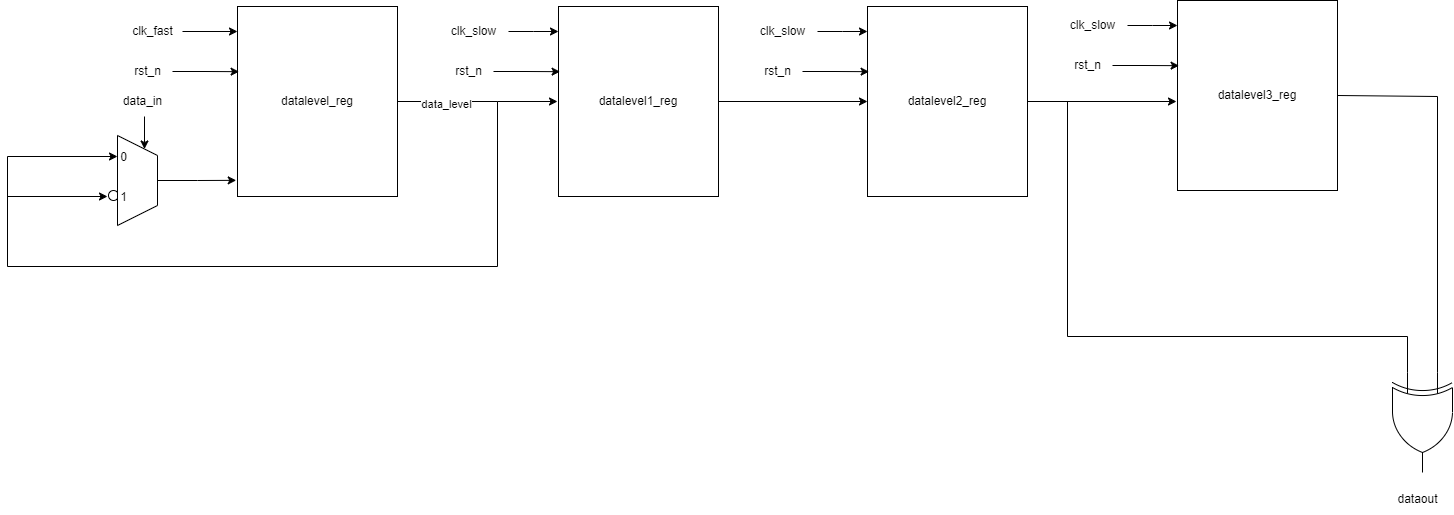
rong-hash/chipgptv_img keeps this draw.io diagram as digital_circuit/pulse_detect.png. Above is the earlier version. Source tidied: cells renumbered, new cells last; positions are measured from the earlier drawing's top-left corner, leaving out a move shared by most shapes.
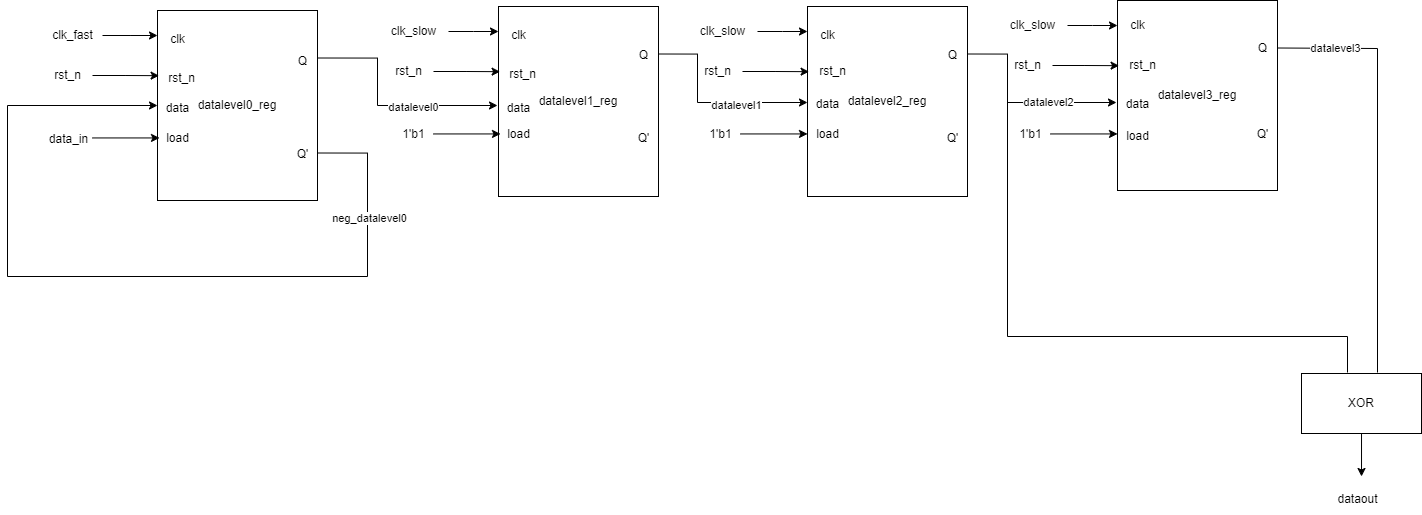
Later version of the same file.

Commit message:
change pulse detect

The edit, as a diff of the source:
```diff
@@ -2,77 +2,21 @@
   <root>
     <mxCell id="0" />
     <mxCell id="1" parent="0" />
-    <mxCell id="2" value="datalevel_reg" style="whiteSpace=wrap;html=1;" parent="1" vertex="1">
-      <mxGeometry x="230" y="6" width="160" height="190" as="geometry" />
-    </mxCell>
-    <mxCell id="3" value="clk_fast" style="text;html=1;align=center;verticalAlign=middle;points=[];strokeColor=none;fillColor=none;" parent="1" vertex="1">
-      <mxGeometry x="115" y="16" width="60" height="30" as="geometry" />
-    </mxCell>
-    <mxCell id="4" value="rst_n" style="text;html=1;align=center;verticalAlign=middle;points=[];strokeColor=none;fillColor=none;" parent="1" vertex="1">
-      <mxGeometry x="115" y="56" width="50" height="30" as="geometry" />
-    </mxCell>
-    <mxCell id="5" style="edgeStyle=orthogonalEdgeStyle;rounded=0;jettySize=auto;html=1;" parent="1" edge="1" source="3">
-      <mxGeometry relative="1" as="geometry">
-        <mxPoint x="230" y="31" as="targetPoint" />
-      </mxGeometry>
-    </mxCell>
-    <mxCell id="6" style="edgeStyle=orthogonalEdgeStyle;rounded=0;jettySize=auto;html=1;entryX=0.01;entryY=0.343;entryDx=0;entryDy=0;entryPerimeter=0;" parent="1" edge="1" source="4" target="2">
-      <mxGeometry relative="1" as="geometry" />
-    </mxCell>
-    <mxCell id="7" style="endArrow=classic;html=1;rounded=0;exitX=1;exitY=0.5;exitDx=0;exitDy=0;" parent="1" edge="1" source="2">
-      <mxGeometry relative="1" as="geometry">
-        <mxPoint x="110" y="156" as="targetPoint" />
-        <Array as="points">
-          <mxPoint x="490" y="101" />
-          <mxPoint x="490" y="266" />
-          <mxPoint y="266" />
-          <mxPoint y="156" />
-        </Array>
-      </mxGeometry>
-    </mxCell>
-    <mxCell id="8" value="data_level" style="edgeLabel;html=1;align=center;verticalAlign=middle;" parent="7" vertex="1">
-      <mxGeometry x="-0.9" y="-2" relative="1" as="geometry" />
-    </mxCell>
-    <mxCell id="9" style="endArrow=classic;html=1;rounded=0;" parent="1" edge="1">
-      <mxGeometry relative="1" as="geometry">
-        <mxPoint y="196" as="sourcePoint" />
-        <mxPoint x="100" y="196" as="targetPoint" />
-      </mxGeometry>
-    </mxCell>
-    <mxCell id="10" style="ellipse;whiteSpace=wrap;html=1;" parent="1" vertex="1">
-      <mxGeometry x="101" y="190" width="10" height="10" as="geometry" />
-    </mxCell>
-    <mxCell id="11" style="shape=trapezoid;perimeter=trapezoidPerimeter;whiteSpace=wrap;html=1;fixedSize=1;rotation=90;" parent="1" vertex="1">
-      <mxGeometry x="85" y="160" width="90" height="40" as="geometry" />
-    </mxCell>
-    <mxCell id="12" value="data_in" style="text;html=1;align=center;verticalAlign=middle;strokeColor=none;fillColor=none;" parent="1" vertex="1">
-      <mxGeometry x="105" y="86" width="60" height="30" as="geometry" />
-    </mxCell>
-    <mxCell id="13" style="edgeStyle=none;jettySize=auto;html=1;rounded=0;entryX=0;entryY=0.25;entryDx=0;entryDy=0;" parent="1" edge="1" target="11">
-      <mxGeometry relative="1" as="geometry">
-        <mxPoint x="137" y="116" as="sourcePoint" />
-      </mxGeometry>
-    </mxCell>
-    <mxCell id="14" value="1" style="text;html=1;align=center;verticalAlign=middle;strokeColor=none;fillColor=none;" parent="1" vertex="1">
-      <mxGeometry x="101" y="182" width="30" height="30" as="geometry" />
-    </mxCell>
-    <mxCell id="15" value="0" style="text;html=1;align=center;verticalAlign=middle;strokeColor=none;fillColor=none;" parent="1" vertex="1">
-      <mxGeometry x="101" y="142" width="30" height="30" as="geometry" />
-    </mxCell>
-    <mxCell id="16" style="edgeStyle=orthogonalEdgeStyle;rounded=0;jettySize=auto;html=1;entryX=-0.008;entryY=0.915;entryDx=0;entryDy=0;entryPerimeter=0;" parent="1" edge="1" source="11" target="2">
-      <mxGeometry relative="1" as="geometry" />
-    </mxCell>
-    <mxCell id="17" style="endArrow=classic;html=1;rounded=0;" parent="1" edge="1">
-      <mxGeometry relative="1" as="geometry">
-        <mxPoint x="490" y="101" as="sourcePoint" />
-        <mxPoint x="550" y="101" as="targetPoint" />
-      </mxGeometry>
-    </mxCell>
-    <mxCell id="18" style="edgeStyle=orthogonalEdgeStyle;rounded=0;jettySize=auto;html=1;" parent="1" edge="1" source="19">
+    <mxCell id="18" style="edgeStyle=orthogonalEdgeStyle;rounded=0;jettySize=auto;html=1;exitX=1;exitY=0.25;exitDx=0;exitDy=0;" parent="1" edge="1" source="19">
       <mxGeometry relative="1" as="geometry">
         <mxPoint x="860" y="101" as="targetPoint" />
+        <Array as="points">
+          <mxPoint x="750" y="54" />
+          <mxPoint x="750" y="102" />
+          <mxPoint x="860" y="102" />
+        </Array>
       </mxGeometry>
     </mxCell>
+    <mxCell id="39" value="datalevel1" style="edgeLabel;html=1;align=center;verticalAlign=middle;" parent="18" vertex="1">
+      <mxGeometry x="-0.12" y="1" relative="1" as="geometry">
+        <mxPoint x="39" y="3" as="offset" />
+      </mxGeometry>
+    </mxCell>
     <mxCell id="19" value="datalevel1_reg" style="whiteSpace=wrap;html=1;" parent="1" vertex="1">
       <mxGeometry x="551" y="6" width="160" height="190" as="geometry" />
     </mxCell>
@@ -90,11 +34,21 @@
     <mxCell id="23" style="edgeStyle=orthogonalEdgeStyle;rounded=0;jettySize=auto;html=1;entryX=0.01;entryY=0.343;entryDx=0;entryDy=0;entryPerimeter=0;" parent="1" edge="1" source="21" target="19">
       <mxGeometry relative="1" as="geometry" />
     </mxCell>
-    <mxCell id="24" style="edgeStyle=orthogonalEdgeStyle;rounded=0;jettySize=auto;html=1;" parent="1" edge="1" source="25">
+    <mxCell id="24" style="edgeStyle=orthogonalEdgeStyle;rounded=0;jettySize=auto;html=1;exitX=1;exitY=0.25;exitDx=0;exitDy=0;" parent="1" edge="1" source="25">
       <mxGeometry relative="1" as="geometry">
         <mxPoint x="1169" y="101" as="targetPoint" />
+        <Array as="points">
+          <mxPoint x="1060" y="54" />
+          <mxPoint x="1060" y="102" />
+          <mxPoint x="1169" y="102" />
+        </Array>
       </mxGeometry>
     </mxCell>
+    <mxCell id="40" value="datalevel2" style="edgeLabel;html=1;align=center;verticalAlign=middle;" parent="24" vertex="1">
+      <mxGeometry x="-0.04" relative="1" as="geometry">
+        <mxPoint x="34" y="-1" as="offset" />
+      </mxGeometry>
+    </mxCell>
     <mxCell id="25" value="datalevel2_reg" style="whiteSpace=wrap;html=1;" parent="1" vertex="1">
       <mxGeometry x="860" y="6" width="160" height="190" as="geometry" />
     </mxCell>
@@ -129,27 +83,186 @@
     <mxCell id="34" style="edgeStyle=orthogonalEdgeStyle;rounded=0;jettySize=auto;html=1;entryX=0.01;entryY=0.343;entryDx=0;entryDy=0;entryPerimeter=0;" parent="1" edge="1" source="32" target="30">
       <mxGeometry relative="1" as="geometry" />
     </mxCell>
-    <mxCell id="35" style="verticalLabelPosition=bottom;shadow=0;dashed=0;align=center;html=1;verticalAlign=top;shape=mxgraph.electrical.logic_gates.logic_gate;operation=xor;rotation=90;" parent="1" vertex="1">
-      <mxGeometry x="1365" y="392" width="100" height="60" as="geometry" />
-    </mxCell>
     <mxCell id="36" value="dataout" style="text;html=1;align=center;verticalAlign=middle;points=[];strokeColor=none;fillColor=none;" parent="1" vertex="1">
       <mxGeometry x="1380" y="484" width="60" height="30" as="geometry" />
     </mxCell>
-    <mxCell id="37" style="endArrow=none;html=1;rounded=0;exitX=0;exitY=0.75;exitDx=0;exitDy=0;exitPerimeter=0;" parent="1" edge="1" source="35">
+    <mxCell id="37" style="endArrow=none;html=1;rounded=0;exitX=0;exitY=0.75;exitDx=0;exitDy=0;exitPerimeter=0;" parent="1" edge="1">
       <mxGeometry relative="1" as="geometry">
-        <mxPoint x="1060" y="101" as="targetPoint" />
+        <mxPoint x="1400" y="372" as="sourcePoint" />
+        <mxPoint x="1060" y="86" as="targetPoint" />
         <Array as="points">
           <mxPoint x="1400" y="336" />
           <mxPoint x="1060" y="336" />
         </Array>
       </mxGeometry>
     </mxCell>
-    <mxCell id="38" style="endArrow=none;html=1;rounded=0;exitX=1;exitY=0.5;exitDx=0;exitDy=0;entryX=0;entryY=0.25;entryDx=0;entryDy=0;entryPerimeter=0;" parent="1" edge="1" source="30" target="35">
+    <mxCell id="38" style="endArrow=none;html=1;rounded=0;exitX=1;exitY=0.25;exitDx=0;exitDy=0;entryX=0;entryY=0.25;entryDx=0;entryDy=0;entryPerimeter=0;" parent="1" edge="1" source="30">
       <mxGeometry relative="1" as="geometry">
+        <mxPoint x="1430" y="372" as="targetPoint" />
         <Array as="points">
-          <mxPoint x="1430" y="96" />
+          <mxPoint x="1430" y="48" />
         </Array>
       </mxGeometry>
     </mxCell>
+    <mxCell id="41" value="datalevel3" style="edgeLabel;html=1;align=center;verticalAlign=middle;" parent="38" vertex="1">
+      <mxGeometry x="-0.73" relative="1" as="geometry" />
+    </mxCell>
+    <mxCell id="42" value="XOR" style="whiteSpace=wrap;html=1;" parent="1" vertex="1">
+      <mxGeometry x="1354" y="373" width="120" height="60" as="geometry" />
+    </mxCell>
+    <mxCell id="43" style="edgeStyle=orthogonalEdgeStyle;rounded=0;jettySize=auto;html=1;entryX=0.567;entryY=-0.267;entryDx=0;entryDy=0;entryPerimeter=0;" parent="1" edge="1" source="42" target="36">
+      <mxGeometry relative="1" as="geometry" />
+    </mxCell>
+    <mxCell id="44" value="clk" style="text;html=1;align=center;verticalAlign=middle;strokeColor=none;fillColor=none;" parent="1" vertex="1">
+      <mxGeometry x="551" y="20" width="40" height="30" as="geometry" />
+    </mxCell>
+    <mxCell id="45" value="clk" style="text;html=1;align=center;verticalAlign=middle;strokeColor=none;fillColor=none;" parent="1" vertex="1">
+      <mxGeometry x="860" y="20" width="40" height="30" as="geometry" />
+    </mxCell>
+    <mxCell id="46" value="clk" style="text;html=1;align=center;verticalAlign=middle;strokeColor=none;fillColor=none;" parent="1" vertex="1">
+      <mxGeometry x="1170" y="10" width="40" height="30" as="geometry" />
+    </mxCell>
+    <mxCell id="47" value="rst_n" style="text;html=1;align=center;verticalAlign=middle;strokeColor=none;fillColor=none;" parent="1" vertex="1">
+      <mxGeometry x="550" y="59" width="50" height="30" as="geometry" />
+    </mxCell>
+    <mxCell id="48" value="rst_n" style="text;html=1;align=center;verticalAlign=middle;strokeColor=none;fillColor=none;" parent="1" vertex="1">
+      <mxGeometry x="860" y="56" width="50" height="30" as="geometry" />
+    </mxCell>
+    <mxCell id="49" value="rst_n" style="text;html=1;align=center;verticalAlign=middle;strokeColor=none;fillColor=none;" parent="1" vertex="1">
+      <mxGeometry x="1170" y="50" width="50" height="30" as="geometry" />
+    </mxCell>
+    <mxCell id="50" value="data" style="text;html=1;align=center;verticalAlign=middle;strokeColor=none;fillColor=none;" parent="1" vertex="1">
+      <mxGeometry x="855" y="89" width="50" height="30" as="geometry" />
+    </mxCell>
+    <mxCell id="51" value="data" style="text;html=1;align=center;verticalAlign=middle;strokeColor=none;fillColor=none;" parent="1" vertex="1">
+      <mxGeometry x="1165" y="89" width="50" height="30" as="geometry" />
+    </mxCell>
+    <mxCell id="52" value="load" style="text;html=1;align=center;verticalAlign=middle;strokeColor=none;fillColor=none;" parent="1" vertex="1">
+      <mxGeometry x="1165" y="121" width="50" height="30" as="geometry" />
+    </mxCell>
+    <mxCell id="53" value="load" style="text;html=1;align=center;verticalAlign=middle;strokeColor=none;fillColor=none;" parent="1" vertex="1">
+      <mxGeometry x="855" y="119" width="50" height="30" as="geometry" />
+    </mxCell>
+    <mxCell id="54" value="load" style="text;html=1;align=center;verticalAlign=middle;strokeColor=none;fillColor=none;" parent="1" vertex="1">
+      <mxGeometry x="546" y="119" width="50" height="30" as="geometry" />
+    </mxCell>
+    <mxCell id="55" style="edgeStyle=orthogonalEdgeStyle;rounded=0;orthogonalLoop=1;jettySize=auto;html=1;entryX=0.01;entryY=0.343;entryDx=0;entryDy=0;entryPerimeter=0;" parent="1" edge="1">
+      <mxGeometry relative="1" as="geometry">
+        <mxPoint x="486" y="133.4" as="sourcePoint" />
+        <mxPoint x="553" y="133.4" as="targetPoint" />
+      </mxGeometry>
+    </mxCell>
+    <mxCell id="56" value="1'b1" style="text;html=1;align=center;verticalAlign=middle;strokeColor=none;fillColor=none;" parent="1" vertex="1">
+      <mxGeometry x="441" y="119" width="50" height="30" as="geometry" />
+    </mxCell>
+    <mxCell id="57" style="edgeStyle=orthogonalEdgeStyle;rounded=0;orthogonalLoop=1;jettySize=auto;html=1;entryX=0.01;entryY=0.343;entryDx=0;entryDy=0;entryPerimeter=0;" parent="1" edge="1">
+      <mxGeometry relative="1" as="geometry">
+        <mxPoint x="793" y="133.4" as="sourcePoint" />
+        <mxPoint x="860" y="133.4" as="targetPoint" />
+      </mxGeometry>
+    </mxCell>
+    <mxCell id="58" value="1'b1" style="text;html=1;align=center;verticalAlign=middle;strokeColor=none;fillColor=none;" parent="1" vertex="1">
+      <mxGeometry x="748" y="119" width="50" height="30" as="geometry" />
+    </mxCell>
+    <mxCell id="59" style="edgeStyle=orthogonalEdgeStyle;rounded=0;orthogonalLoop=1;jettySize=auto;html=1;entryX=0.01;entryY=0.343;entryDx=0;entryDy=0;entryPerimeter=0;" parent="1" edge="1">
+      <mxGeometry relative="1" as="geometry">
+        <mxPoint x="1103" y="133.4" as="sourcePoint" />
+        <mxPoint x="1170" y="133.4" as="targetPoint" />
+      </mxGeometry>
+    </mxCell>
+    <mxCell id="60" value="1'b1" style="text;html=1;align=center;verticalAlign=middle;strokeColor=none;fillColor=none;" parent="1" vertex="1">
+      <mxGeometry x="1058" y="119" width="50" height="30" as="geometry" />
+    </mxCell>
+    <mxCell id="61" style="edgeStyle=orthogonalEdgeStyle;rounded=0;jettySize=auto;html=1;exitX=1;exitY=0.25;exitDx=0;exitDy=0;" parent="1" edge="1" source="63">
+      <mxGeometry relative="1" as="geometry">
+        <mxPoint x="550" y="104" as="targetPoint" />
+        <Array as="points">
+          <mxPoint x="430" y="58" />
+          <mxPoint x="430" y="105" />
+          <mxPoint x="550" y="105" />
+        </Array>
+      </mxGeometry>
+    </mxCell>
+    <mxCell id="62" value="datalevel0" style="edgeLabel;html=1;align=center;verticalAlign=middle;" parent="61" vertex="1">
+      <mxGeometry x="0.25" y="-1" relative="1" as="geometry" />
+    </mxCell>
+    <mxCell id="63" value="datalevel0_reg" style="whiteSpace=wrap;html=1;" parent="1" vertex="1">
+      <mxGeometry x="210" y="10" width="160" height="190" as="geometry" />
+    </mxCell>
+    <mxCell id="3" value="clk_fast" style="text;html=1;align=center;verticalAlign=middle;points=[];strokeColor=none;fillColor=none;" parent="1" vertex="1">
+      <mxGeometry x="95" y="20" width="60" height="30" as="geometry" />
+    </mxCell>
+    <mxCell id="64" value="rst_n" style="text;html=1;align=center;verticalAlign=middle;points=[];strokeColor=none;fillColor=none;" parent="1" vertex="1">
+      <mxGeometry x="95" y="60" width="50" height="30" as="geometry" />
+    </mxCell>
+    <mxCell id="65" style="edgeStyle=orthogonalEdgeStyle;rounded=0;jettySize=auto;html=1;" parent="1" edge="1" source="3">
+      <mxGeometry relative="1" as="geometry">
+        <mxPoint x="210" y="35" as="targetPoint" />
+      </mxGeometry>
+    </mxCell>
+    <mxCell id="66" style="edgeStyle=orthogonalEdgeStyle;rounded=0;jettySize=auto;html=1;entryX=0.01;entryY=0.343;entryDx=0;entryDy=0;entryPerimeter=0;" parent="1" edge="1" source="64" target="63">
+      <mxGeometry relative="1" as="geometry" />
+    </mxCell>
+    <mxCell id="67" value="clk" style="text;html=1;align=center;verticalAlign=middle;strokeColor=none;fillColor=none;" parent="1" vertex="1">
+      <mxGeometry x="210" y="24" width="40" height="30" as="geometry" />
+    </mxCell>
+    <mxCell id="68" value="rst_n" style="text;html=1;align=center;verticalAlign=middle;strokeColor=none;fillColor=none;" parent="1" vertex="1">
+      <mxGeometry x="209" y="63" width="50" height="30" as="geometry" />
+    </mxCell>
+    <mxCell id="69" value="load" style="text;html=1;align=center;verticalAlign=middle;strokeColor=none;fillColor=none;" parent="1" vertex="1">
+      <mxGeometry x="205" y="123" width="50" height="30" as="geometry" />
+    </mxCell>
+    <mxCell id="70" style="edgeStyle=orthogonalEdgeStyle;rounded=0;orthogonalLoop=1;jettySize=auto;html=1;entryX=0.01;entryY=0.343;entryDx=0;entryDy=0;entryPerimeter=0;" parent="1" edge="1">
+      <mxGeometry relative="1" as="geometry">
+        <mxPoint x="145" y="137.4" as="sourcePoint" />
+        <mxPoint x="212" y="137.4" as="targetPoint" />
+      </mxGeometry>
+    </mxCell>
+    <mxCell id="12" value="data_in" style="text;html=1;align=center;verticalAlign=middle;strokeColor=none;fillColor=none;" parent="1" vertex="1">
+      <mxGeometry x="91" y="124" width="60" height="30" as="geometry" />
+    </mxCell>
+    <mxCell id="71" value="Q" style="text;html=1;align=center;verticalAlign=middle;strokeColor=none;fillColor=none;" parent="1" vertex="1">
+      <mxGeometry x="340" y="46" width="30" height="30" as="geometry" />
+    </mxCell>
+    <mxCell id="72" value="Q" style="text;html=1;align=center;verticalAlign=middle;strokeColor=none;fillColor=none;" parent="1" vertex="1">
+      <mxGeometry x="681" y="40" width="30" height="30" as="geometry" />
+    </mxCell>
+    <mxCell id="73" value="Q" style="text;html=1;align=center;verticalAlign=middle;strokeColor=none;fillColor=none;" parent="1" vertex="1">
+      <mxGeometry x="990" y="40" width="30" height="30" as="geometry" />
+    </mxCell>
+    <mxCell id="74" value="Q" style="text;html=1;align=center;verticalAlign=middle;strokeColor=none;fillColor=none;" parent="1" vertex="1">
+      <mxGeometry x="1300" y="33" width="30" height="30" as="geometry" />
+    </mxCell>
+    <mxCell id="75" value="Q'" style="text;html=1;align=center;verticalAlign=middle;strokeColor=none;fillColor=none;" parent="1" vertex="1">
+      <mxGeometry x="676" y="123" width="40" height="30" as="geometry" />
+    </mxCell>
+    <mxCell id="76" value="Q'" style="text;html=1;align=center;verticalAlign=middle;strokeColor=none;fillColor=none;" parent="1" vertex="1">
+      <mxGeometry x="985" y="123" width="40" height="30" as="geometry" />
+    </mxCell>
+    <mxCell id="77" value="Q'" style="text;html=1;align=center;verticalAlign=middle;strokeColor=none;fillColor=none;" parent="1" vertex="1">
+      <mxGeometry x="1295" y="119" width="40" height="30" as="geometry" />
+    </mxCell>
+    <mxCell id="78" style="edgeStyle=orthogonalEdgeStyle;rounded=0;orthogonalLoop=1;jettySize=auto;html=1;entryX=0;entryY=0.5;entryDx=0;entryDy=0;exitX=1;exitY=0.75;exitDx=0;exitDy=0;" parent="1" edge="1" source="63" target="63">
+      <mxGeometry relative="1" as="geometry">
+        <Array as="points">
+          <mxPoint x="420" y="153" />
+          <mxPoint x="420" y="276" />
+          <mxPoint x="60" y="276" />
+          <mxPoint x="60" y="105" />
+        </Array>
+      </mxGeometry>
+    </mxCell>
+    <mxCell id="79" value="neg_datalevel0" style="edgeLabel;html=1;align=center;verticalAlign=middle;" parent="78" vertex="1">
+      <mxGeometry x="-0.73" y="1" relative="1" as="geometry" />
+    </mxCell>
+    <mxCell id="80" value="Q'" style="text;html=1;align=center;verticalAlign=middle;strokeColor=none;fillColor=none;" parent="1" vertex="1">
+      <mxGeometry x="335" y="139" width="40" height="30" as="geometry" />
+    </mxCell>
+    <mxCell id="81" value="data" style="text;html=1;align=center;verticalAlign=middle;strokeColor=none;fillColor=none;" parent="1" vertex="1">
+      <mxGeometry x="546" y="93" width="50" height="30" as="geometry" />
+    </mxCell>
+    <mxCell id="82" value="data" style="text;html=1;align=center;verticalAlign=middle;strokeColor=none;fillColor=none;" parent="1" vertex="1">
+      <mxGeometry x="205" y="93" width="50" height="30" as="geometry" />
+    </mxCell>
   </root>
 </mxGraphModel>
```
